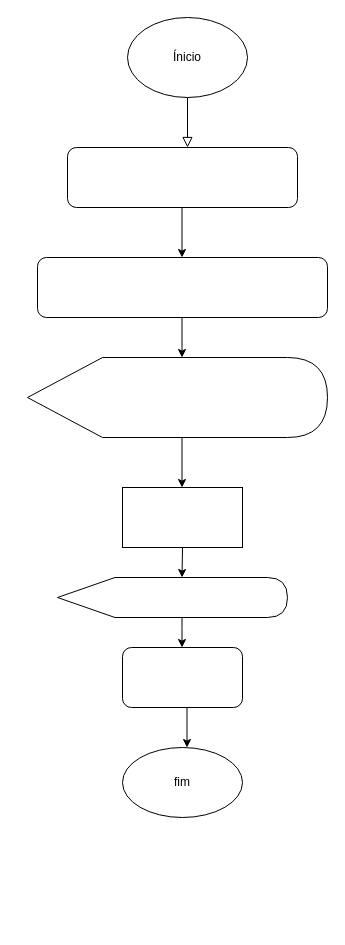
BRUNOMORAIS089/PROGR-C- keeps this draw.io diagram as Untitled Diagram.drawio. Above is the earlier version. Source tidied: cells renumbered, new cells numbered last; positions are measured from the earlier drawing's top-left corner, leaving out a move shared by most shapes. Both pictures are drawn from the tidied source at 100%, with x=0, y=0 at pixel (27, 17).
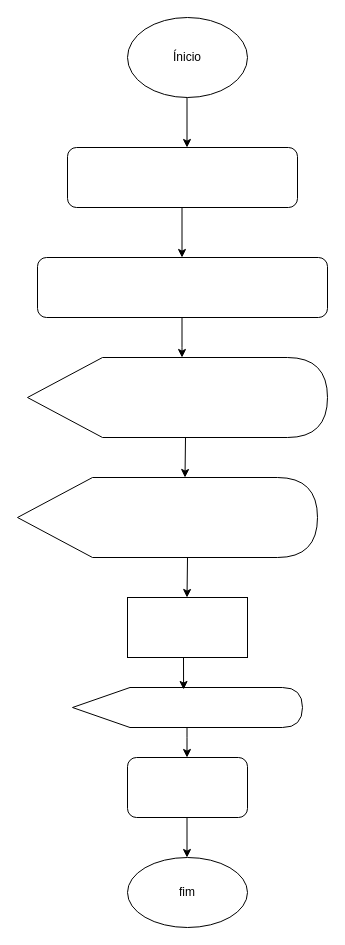
The same page after the edit.

Change to the diagram source:
```diff
@@
-    <mxCell id="2" style="rounded=0;html=1;jettySize=auto;orthogonalLoop=1;fontSize=11;endArrow=block;endFill=0;endSize=8;strokeWidth=1;shadow=0;labelBackgroundColor=none;edgeStyle=orthogonalEdgeStyle;" parent="1" edge="1">
-      <mxGeometry relative="1" as="geometry">
-        <mxPoint x="160" y="80" as="sourcePoint" />
-        <mxPoint x="160" y="130" as="targetPoint" />
-      </mxGeometry>
-    </mxCell>
@@
-    <mxCell id="9" style="endArrow=classic;html=1;rounded=0;" parent="1" edge="1">
+    <mxCell id="9" style="endArrow=classic;html=1;rounded=0;entryX=0;entryY=0;entryDx=167.5;entryDy=0;entryPerimeter=0;" parent="1" edge="1" target="17">
       <mxGeometry relative="1" as="geometry">
-        <mxPoint x="154.5" y="420" as="sourcePoint" />
-        <mxPoint x="154.5" y="470" as="targetPoint" />
+        <mxPoint x="158" y="420" as="sourcePoint" />
       </mxGeometry>
     </mxCell>
     <mxCell id="10" style="rounded=0;whiteSpace=wrap;html=1;" parent="1" vertex="1">
-      <mxGeometry x="95" y="470" width="120" height="60" as="geometry" />
+      <mxGeometry x="100" y="580" width="120" height="60" as="geometry" />
     </mxCell>
     <mxCell id="11" style="shape=display;whiteSpace=wrap;html=1;" parent="1" vertex="1">
-      <mxGeometry x="30" y="560" width="230" height="40" as="geometry" />
+      <mxGeometry x="45" y="670" width="230" height="40" as="geometry" />
     </mxCell>
-    <mxCell id="12" style="endArrow=classic;html=1;rounded=0;exitX=0.5;exitY=1;exitDx=0;exitDy=0;" parent="1" edge="1" source="10">
+    <mxCell id="12" style="endArrow=classic;html=1;rounded=0;entryX=0.483;entryY=0.05;entryDx=0;entryDy=0;entryPerimeter=0;" parent="1" edge="1" target="11">
       <mxGeometry relative="1" as="geometry">
-        <mxPoint x="154.5" y="560" as="targetPoint" />
+        <mxPoint x="156" y="640" as="sourcePoint" />
       </mxGeometry>
     </mxCell>
     <mxCell id="13" style="rounded=1;whiteSpace=wrap;html=1;" parent="1" vertex="1">
-      <mxGeometry x="95" y="630" width="120" height="60" as="geometry" />
+      <mxGeometry x="100" y="740" width="120" height="60" as="geometry" />
     </mxCell>
     <mxCell id="14" value="fim" style="ellipse;whiteSpace=wrap;html=1;" parent="1" vertex="1">
-      <mxGeometry x="95" y="730" width="120" height="70" as="geometry" />
+      <mxGeometry x="100" y="840" width="120" height="70" as="geometry" />
     </mxCell>
     <mxCell id="15" style="endArrow=classic;html=1;rounded=0;" parent="1" edge="1">
       <mxGeometry relative="1" as="geometry">
-        <mxPoint x="159.5" y="690" as="sourcePoint" />
-        <mxPoint x="159.5" y="730" as="targetPoint" />
+        <mxPoint x="159.5" y="800" as="sourcePoint" />
+        <mxPoint x="159.5" y="840" as="targetPoint" />
       </mxGeometry>
     </mxCell>
     <mxCell id="16" style="endArrow=classic;html=1;rounded=0;" parent="1" edge="1">
       <mxGeometry relative="1" as="geometry">
-        <mxPoint x="154.5" y="600" as="sourcePoint" />
-        <mxPoint x="154.5" y="630" as="targetPoint" />
+        <mxPoint x="159.5" y="710" as="sourcePoint" />
+        <mxPoint x="159.5" y="740" as="targetPoint" />
         <Array as="points">
-          <mxPoint x="154.5" y="600" />
-          <mxPoint x="154.5" y="610" />
+          <mxPoint x="159.5" y="710" />
+          <mxPoint x="159.5" y="720" />
         </Array>
       </mxGeometry>
     </mxCell>
+    <mxCell id="17" style="shape=display;whiteSpace=wrap;html=1;" parent="1" vertex="1">
+      <mxGeometry x="-10" y="460" width="300" height="80" as="geometry" />
+    </mxCell>
+    <mxCell id="18" style="endArrow=classic;html=1;rounded=0;" parent="1" edge="1">
+      <mxGeometry relative="1" as="geometry">
+        <mxPoint x="160" y="540" as="sourcePoint" />
+        <mxPoint x="159.5" y="580" as="targetPoint" />
+      </mxGeometry>
+    </mxCell>
+    <mxCell id="19" style="endArrow=classic;html=1;rounded=0;" parent="1" edge="1">
+      <mxGeometry relative="1" as="geometry">
+        <mxPoint x="159.5" y="80" as="sourcePoint" />
+        <mxPoint x="159.5" y="130" as="targetPoint" />
+      </mxGeometry>
+    </mxCell>
```
